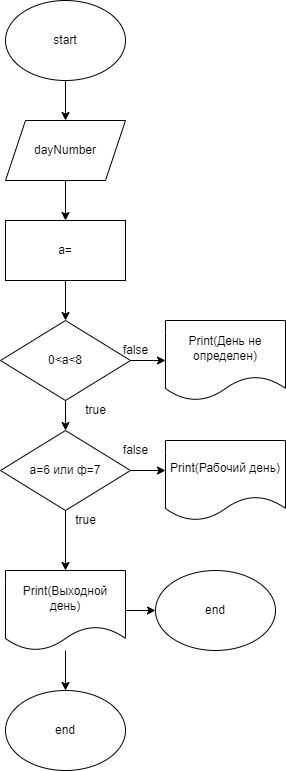
Mari745/Homework keeps this draw.io diagram as Work7/7.drawio.png. Above is the earlier version. Source tidied: cells renumbered, new cells last; positions are measured from the earlier drawing's top-left corner, leaving out a move shared by most shapes. Source of this version:
```xml
<mxGraphModel>
  <root>
    <mxCell id="0" />
    <mxCell id="1" parent="0" />
    <mxCell id="2" style="edgeStyle=none;html=1;" parent="1" edge="1" source="3" target="5">
      <mxGeometry relative="1" as="geometry" />
    </mxCell>
    <mxCell id="3" value="start" style="ellipse;whiteSpace=wrap;html=1;" parent="1" vertex="1">
      <mxGeometry x="5" width="120" height="80" as="geometry" />
    </mxCell>
    <mxCell id="4" style="edgeStyle=none;html=1;" parent="1" edge="1" source="5" target="10">
      <mxGeometry relative="1" as="geometry" />
    </mxCell>
    <mxCell id="5" value="dayNumber" style="shape=parallelogram;perimeter=parallelogramPerimeter;whiteSpace=wrap;html=1;fixedSize=1;" parent="1" vertex="1">
      <mxGeometry x="5" y="120" width="120" height="60" as="geometry" />
    </mxCell>
    <mxCell id="6" style="edgeStyle=none;html=1;" parent="1" edge="1" source="8" target="13">
      <mxGeometry relative="1" as="geometry" />
    </mxCell>
    <mxCell id="7" style="edgeStyle=none;html=1;" parent="1" edge="1" source="8" target="17">
      <mxGeometry relative="1" as="geometry" />
    </mxCell>
    <mxCell id="8" value="0&amp;lt;a&amp;lt;8" style="rhombus;whiteSpace=wrap;html=1;" parent="1" vertex="1">
      <mxGeometry y="320" width="130" height="80" as="geometry" />
    </mxCell>
    <mxCell id="9" style="edgeStyle=none;html=1;" parent="1" edge="1" source="10" target="8">
      <mxGeometry relative="1" as="geometry" />
    </mxCell>
    <mxCell id="10" value="a=" style="rounded=0;whiteSpace=wrap;html=1;" parent="1" vertex="1">
      <mxGeometry x="5" y="220" width="120" height="60" as="geometry" />
    </mxCell>
    <mxCell id="11" style="edgeStyle=none;html=1;" parent="1" edge="1" source="13" target="16">
      <mxGeometry relative="1" as="geometry" />
    </mxCell>
    <mxCell id="12" style="edgeStyle=none;html=1;" parent="1" edge="1" source="13">
      <mxGeometry relative="1" as="geometry">
        <mxPoint x="165" y="470" as="targetPoint" />
      </mxGeometry>
    </mxCell>
    <mxCell id="13" value="а=6 или ф=7" style="rhombus;whiteSpace=wrap;html=1;" parent="1" vertex="1">
      <mxGeometry y="430" width="130" height="80" as="geometry" />
    </mxCell>
    <mxCell id="14" style="edgeStyle=none;html=1;" parent="1" edge="1" source="16" target="23">
      <mxGeometry relative="1" as="geometry" />
    </mxCell>
    <mxCell id="15" style="edgeStyle=none;html=1;" parent="1" edge="1" source="16" target="24">
      <mxGeometry relative="1" as="geometry" />
    </mxCell>
    <mxCell id="16" value="Print(Выходной день)" style="shape=document;whiteSpace=wrap;html=1;boundedLbl=1;" parent="1" vertex="1">
      <mxGeometry x="5" y="570" width="120" height="80" as="geometry" />
    </mxCell>
    <mxCell id="17" value="Print(День не определен)" style="shape=document;whiteSpace=wrap;html=1;boundedLbl=1;" parent="1" vertex="1">
      <mxGeometry x="165" y="320" width="120" height="80" as="geometry" />
    </mxCell>
    <mxCell id="18" value="true" style="text;html=1;align=center;verticalAlign=middle;strokeColor=none;fillColor=none;" parent="1" vertex="1">
      <mxGeometry x="65" y="510" width="40" height="20" as="geometry" />
    </mxCell>
    <mxCell id="19" value="false" style="text;html=1;align=center;verticalAlign=middle;strokeColor=none;fillColor=none;" parent="1" vertex="1">
      <mxGeometry x="115" y="440" width="40" height="20" as="geometry" />
    </mxCell>
    <mxCell id="20" value="true" style="text;html=1;align=center;verticalAlign=middle;strokeColor=none;fillColor=none;" parent="1" vertex="1">
      <mxGeometry x="75" y="400" width="40" height="20" as="geometry" />
    </mxCell>
    <mxCell id="21" value="false" style="text;html=1;align=center;verticalAlign=middle;strokeColor=none;fillColor=none;" parent="1" vertex="1">
      <mxGeometry x="115" y="340" width="40" height="20" as="geometry" />
    </mxCell>
    <mxCell id="22" value="Print(Рабочий день)" style="shape=document;whiteSpace=wrap;html=1;boundedLbl=1;" parent="1" vertex="1">
      <mxGeometry x="165" y="440" width="120" height="80" as="geometry" />
    </mxCell>
    <mxCell id="23" value="end" style="ellipse;whiteSpace=wrap;html=1;" parent="1" vertex="1">
      <mxGeometry x="5" y="690" width="120" height="80" as="geometry" />
    </mxCell>
    <mxCell id="24" value="end" style="ellipse;whiteSpace=wrap;html=1;" parent="1" vertex="1">
      <mxGeometry x="155" y="570" width="120" height="80" as="geometry" />
    </mxCell>
  </root>
</mxGraphModel>
```
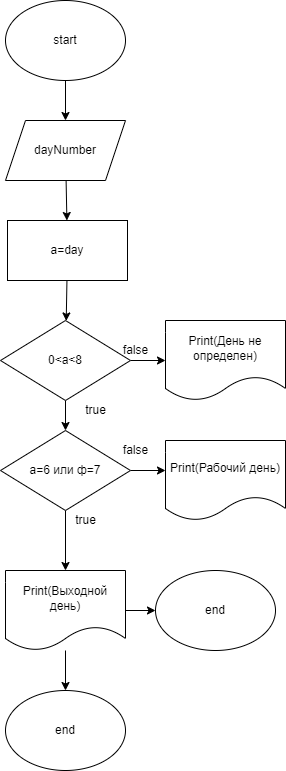
Above is the later version.

Diff of the diagram source:
```diff
@@ -26,8 +26,8 @@
     <mxCell id="9" style="edgeStyle=none;html=1;" parent="1" edge="1" source="10" target="8">
       <mxGeometry relative="1" as="geometry" />
     </mxCell>
-    <mxCell id="10" value="a=" style="rounded=0;whiteSpace=wrap;html=1;" parent="1" vertex="1">
-      <mxGeometry x="5" y="220" width="120" height="60" as="geometry" />
+    <mxCell id="10" value="a=day" style="rounded=0;whiteSpace=wrap;html=1;" parent="1" vertex="1">
+      <mxGeometry x="7" y="220" width="120" height="60" as="geometry" />
     </mxCell>
     <mxCell id="11" style="edgeStyle=none;html=1;" parent="1" edge="1" source="13" target="16">
       <mxGeometry relative="1" as="geometry" />
```
